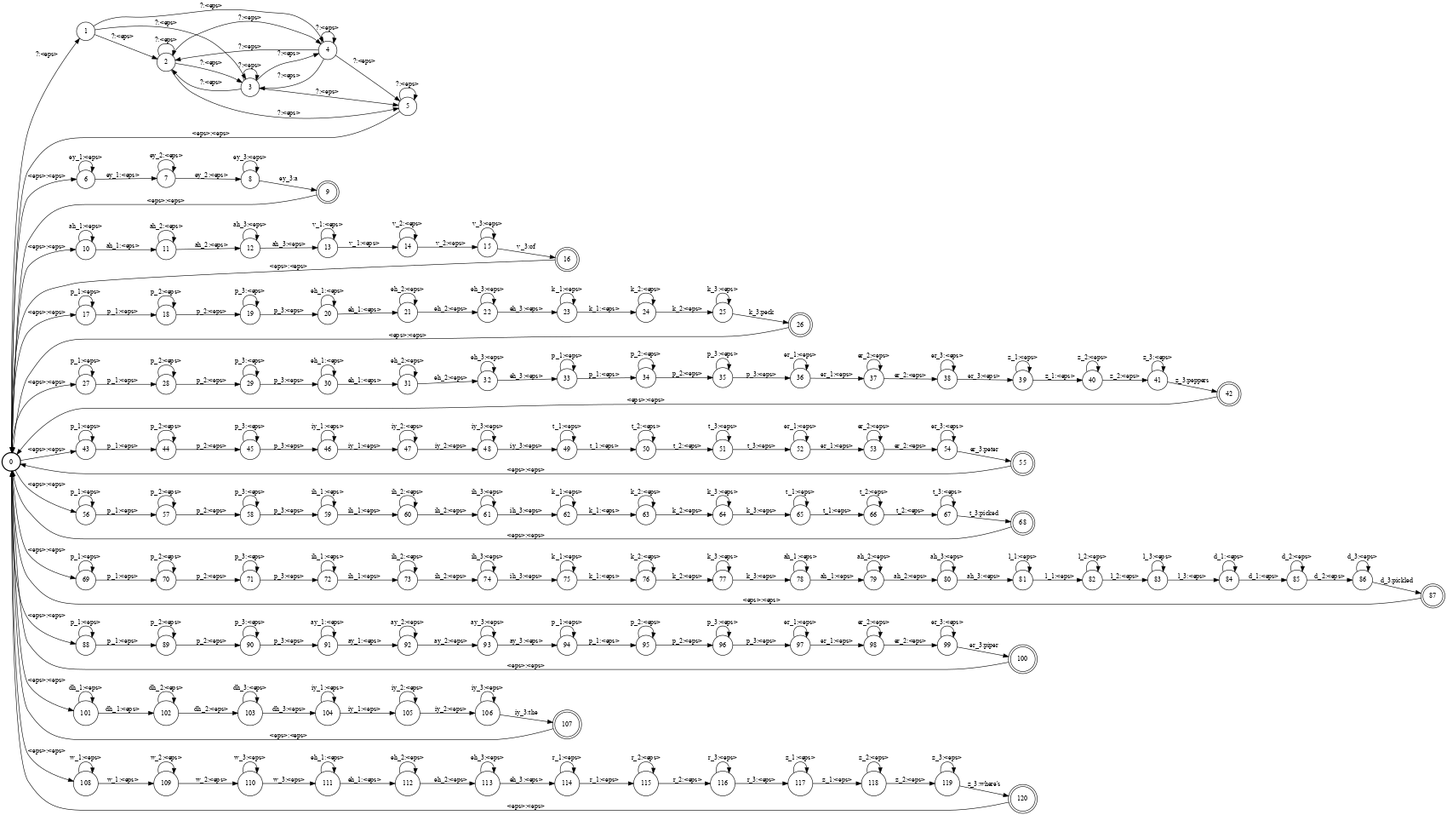
Before: tmp.png, a diagram exported from Graphviz (LIM-june/INFR11033_assignment). Its source is kept beside it as tmp.dot.
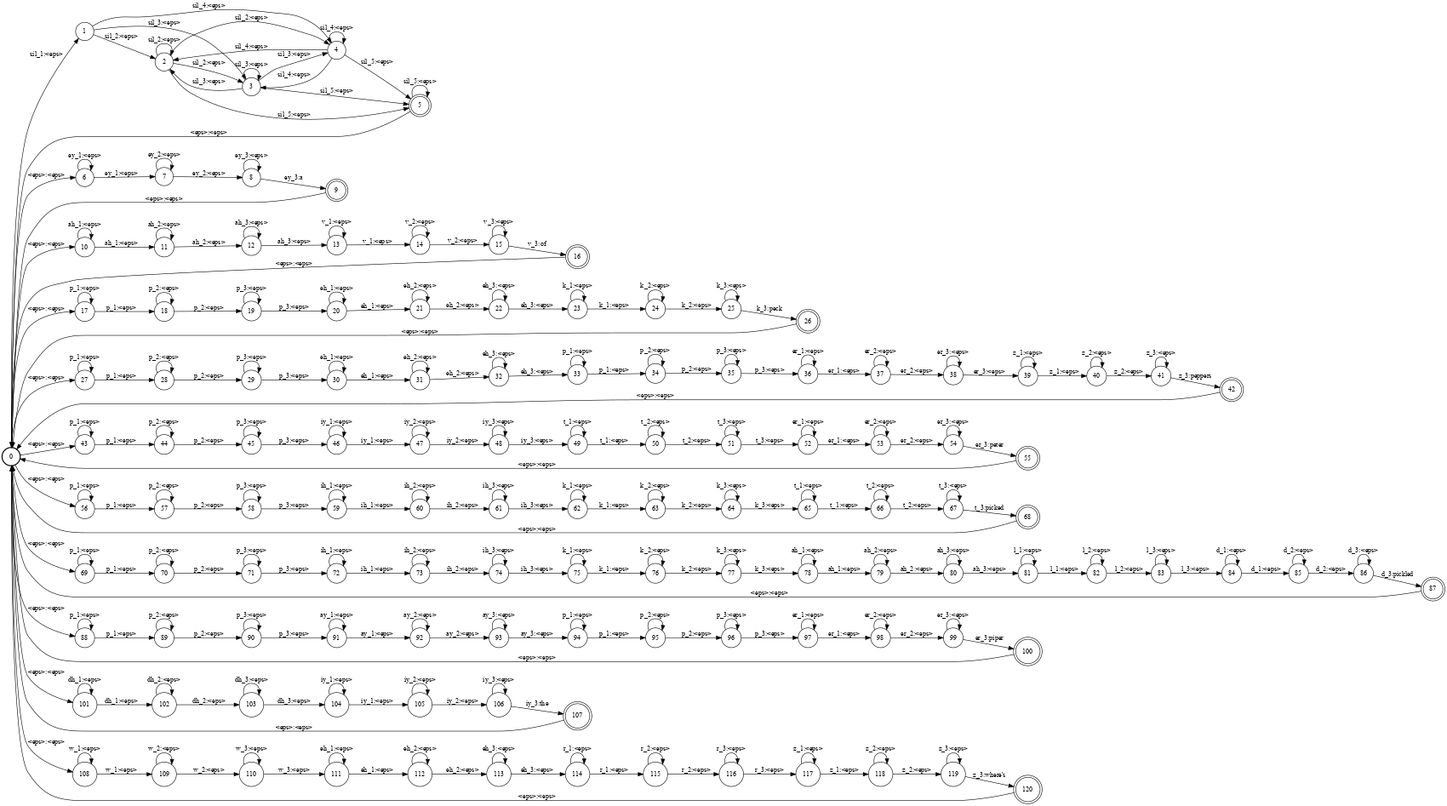
The same diagram one commit later.

The edit, as a diff of the source:
```diff
@@ -6,7 +6,7 @@
 ranksep = "0.4";
 nodesep = "0.25";
 0 [label = "0", shape = circle, style = bold, fontsize = 14]
-	0 -> 1 [label = "?:<eps>", fontsize = 14];
+	0 -> 1 [label = "sil_1:<eps>", fontsize = 14];
 	0 -> 6 [label = "<eps>:<eps>", fontsize = 14];
 	0 -> 10 [label = "<eps>:<eps>", fontsize = 14];
 	0 -> 17 [label = "<eps>:<eps>", fontsize = 14];
@@ -18,26 +18,26 @@
 	0 -> 101 [label = "<eps>:<eps>", fontsize = 14];
 	0 -> 108 [label = "<eps>:<eps>", fontsize = 14];
 1 [label = "1", shape = circle, style = solid, fontsize = 14]
-	1 -> 2 [label = "?:<eps>", fontsize = 14];
-	1 -> 3 [label = "?:<eps>", fontsize = 14];
-	1 -> 4 [label = "?:<eps>", fontsize = 14];
+	1 -> 2 [label = "sil_2:<eps>", fontsize = 14];
+	1 -> 3 [label = "sil_3:<eps>", fontsize = 14];
+	1 -> 4 [label = "sil_4:<eps>", fontsize = 14];
 2 [label = "2", shape = circle, style = solid, fontsize = 14]
-	2 -> 2 [label = "?:<eps>", fontsize = 14];
-	2 -> 3 [label = "?:<eps>", fontsize = 14];
-	2 -> 4 [label = "?:<eps>", fontsize = 14];
-	2 -> 5 [label = "?:<eps>", fontsize = 14];
+	2 -> 2 [label = "sil_2:<eps>", fontsize = 14];
+	2 -> 3 [label = "sil_2:<eps>", fontsize = 14];
+	2 -> 4 [label = "sil_2:<eps>", fontsize = 14];
+	2 -> 5 [label = "sil_5:<eps>", fontsize = 14];
 3 [label = "3", shape = circle, style = solid, fontsize = 14]
-	3 -> 2 [label = "?:<eps>", fontsize = 14];
-	3 -> 3 [label = "?:<eps>", fontsize = 14];
-	3 -> 4 [label = "?:<eps>", fontsize = 14];
-	3 -> 5 [label = "?:<eps>", fontsize = 14];
+	3 -> 2 [label = "sil_3:<eps>", fontsize = 14];
+	3 -> 3 [label = "sil_3:<eps>", fontsize = 14];
+	3 -> 4 [label = "sil_3:<eps>", fontsize = 14];
+	3 -> 5 [label = "sil_5:<eps>", fontsize = 14];
 4 [label = "4", shape = circle, style = solid, fontsize = 14]
-	4 -> 2 [label = "?:<eps>", fontsize = 14];
-	4 -> 3 [label = "?:<eps>", fontsize = 14];
-	4 -> 4 [label = "?:<eps>", fontsize = 14];
-	4 -> 5 [label = "?:<eps>", fontsize = 14];
-5 [label = "5", shape = circle, style = solid, fontsize = 14]
-	5 -> 5 [label = "?:<eps>", fontsize = 14];
+	4 -> 2 [label = "sil_4:<eps>", fontsize = 14];
+	4 -> 3 [label = "sil_4:<eps>", fontsize = 14];
+	4 -> 4 [label = "sil_4:<eps>", fontsize = 14];
+	4 -> 5 [label = "sil_5:<eps>", fontsize = 14];
+5 [label = "5", shape = doublecircle, style = solid, fontsize = 14]
+	5 -> 5 [label = "sil_5:<eps>", fontsize = 14];
 	5 -> 0 [label = "<eps>:<eps>", fontsize = 14];
 6 [label = "6", shape = circle, style = solid, fontsize = 14]
 	6 -> 6 [label = "ey_1:<eps>", fontsize = 14];
```
